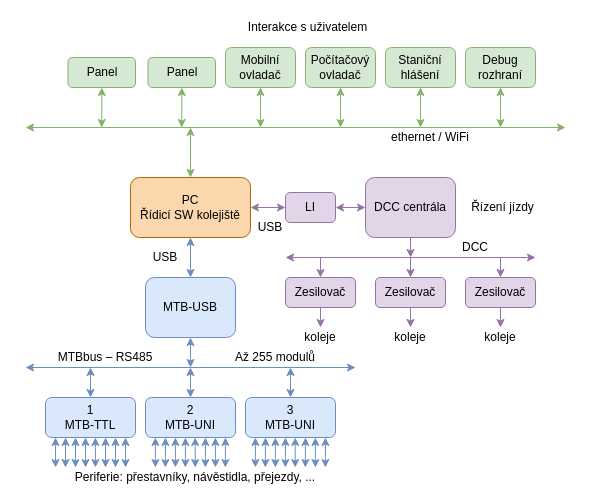
horacekj/mgrthesis keeps this draw.io diagram as data/railroad-diagram.drawio. Above is the earlier version. Source tidied: cells renumbered, new cells numbered last; positions are measured from the earlier drawing's top-left corner, leaving out a move shared by most shapes. Both pictures are drawn from the tidied source at 100%, with x=0, y=0 at pixel (25, 17).
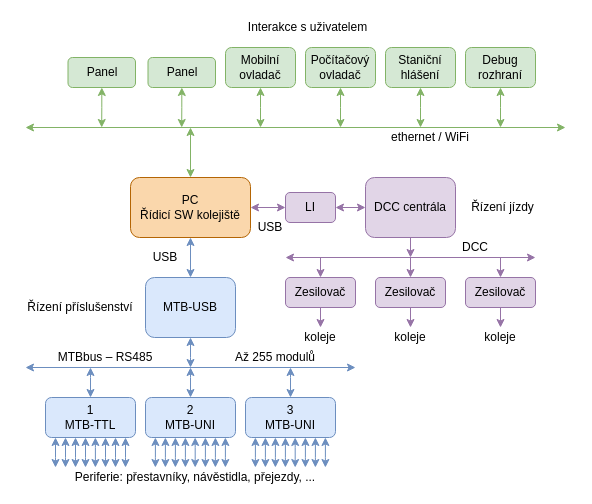
After the change.

Change to the diagram source:
```diff
@@
+    <mxCell id="78" value="Řízení příslušenství" style="text;html=1;strokeColor=none;fillColor=none;align=center;verticalAlign=middle;whiteSpace=wrap;rounded=0;" parent="1" vertex="1">
+      <mxGeometry y="280" width="110" height="20" as="geometry" />
+    </mxCell>
```
